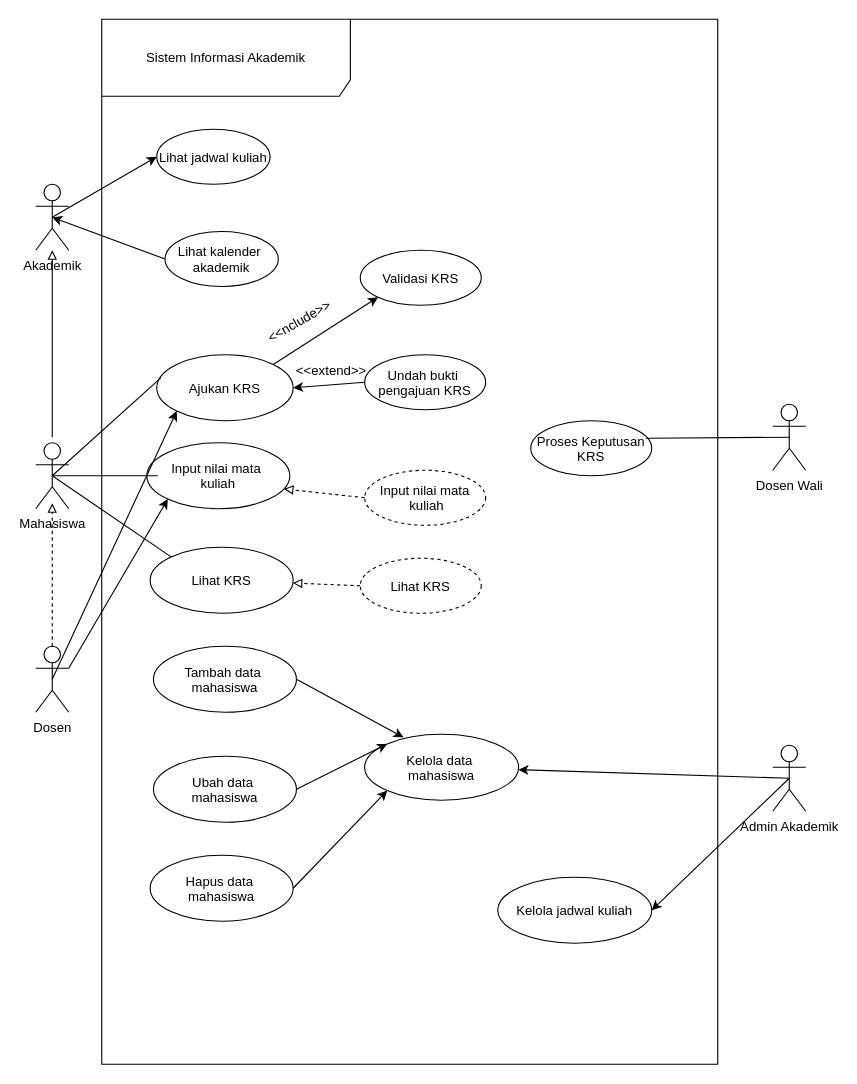
2406120-sys/-IFRWP5149_2406120_LabAlat.- keeps this draw.io diagram as 04_model_analisis/P04/SIA/P04_2406120_SIA_usecase_v01.drawio. Above is the earlier version. Source tidied: cells renumbered, new cells numbered last; positions are measured from the earlier drawing's top-left corner, leaving out a move shared by most shapes. Both pictures are drawn from the tidied source at 110%, with x=0, y=0 at pixel (35, 19).
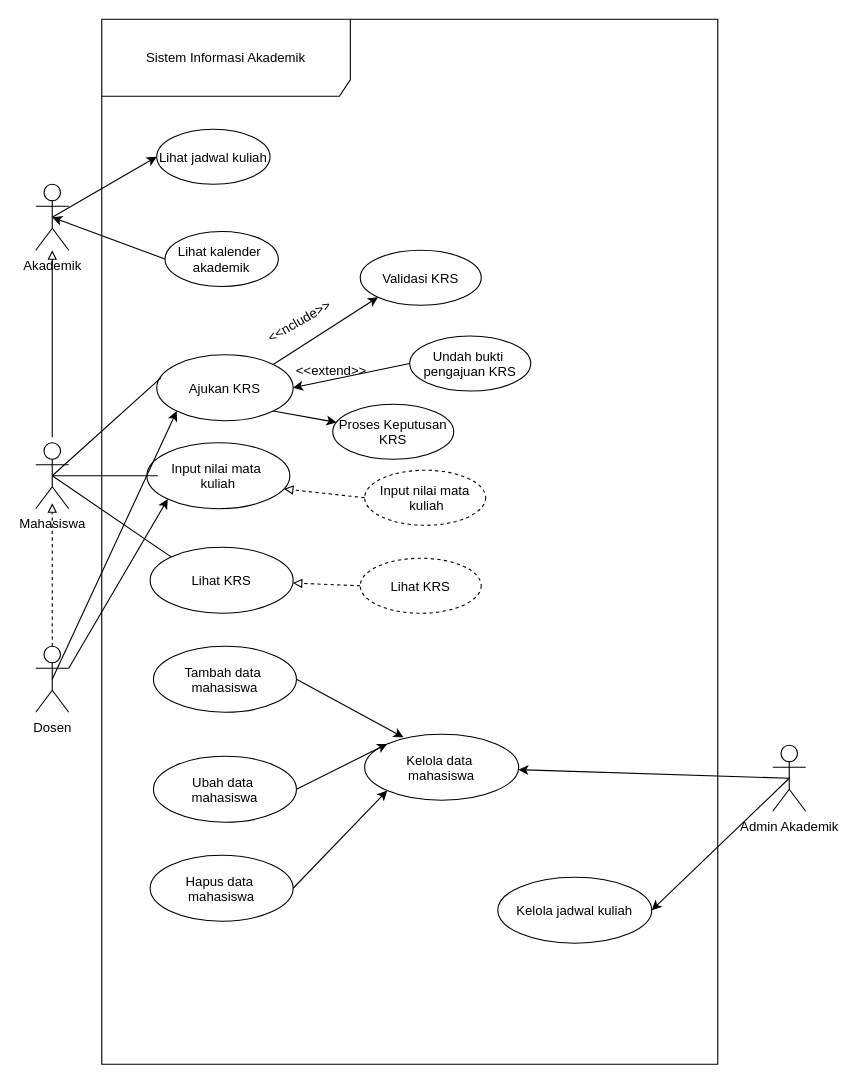
After the change.

The change refers to these unchanged cells:
```xml
<mxCell id="2" value="Sistem Informasi Akademik" style="shape=umlFrame;whiteSpace=wrap;html=1;width=226;height=70;" parent="1" vertex="1">
  <mxGeometry x="60" width="560" height="950" as="geometry" />
</mxCell>
<mxCell id="4" value="Ajukan KRS" style="ellipse;" parent="2" vertex="1">
  <mxGeometry x="50" y="305" width="124" height="60" as="geometry" />
</mxCell>
```

The edit, as a diff of the source:
```diff
@@
+    <mxCell id="44" style="edgeStyle=none;html=1;exitX=1;exitY=1;exitDx=0;exitDy=0;" parent="2" edge="1" source="4" target="5">
+      <mxGeometry relative="1" as="geometry" />
+    </mxCell>
@@
     <mxCell id="5" value="Proses Keputusan&#10;KRS" style="ellipse;" parent="2" vertex="1">
-      <mxGeometry x="390" y="365" width="110" height="50" as="geometry" />
+      <mxGeometry x="210" y="350" width="110" height="50" as="geometry" />
     </mxCell>
@@
     <mxCell id="10" value="Undah bukti &#10;pengajuan KRS" style="ellipse;" parent="2" vertex="1">
-      <mxGeometry x="239" y="305" width="110" height="50" as="geometry" />
+      <mxGeometry x="280" y="288" width="110" height="50" as="geometry" />
     </mxCell>
@@
-    <mxCell id="27" value="&lt;div&gt;Dosen Wali&lt;/div&gt;" style="shape=umlActor;verticalLabelPosition=bottom;verticalAlign=top;html=1;" parent="1" vertex="1">
-      <mxGeometry x="670" y="350" width="30" height="60" as="geometry" />
-    </mxCell>
@@
-    <mxCell id="29" style="rounded=0;jettySize=auto;html=1;exitX=0.5;exitY=0.5;exitDx=0;exitDy=0;exitPerimeter=0;endArrow=none;endFill=0;entryX=0.952;entryY=0.317;entryDx=0;entryDy=0;entryPerimeter=0;" parent="1" edge="1" source="27" target="5">
-      <mxGeometry relative="1" as="geometry" />
-    </mxCell>
```
